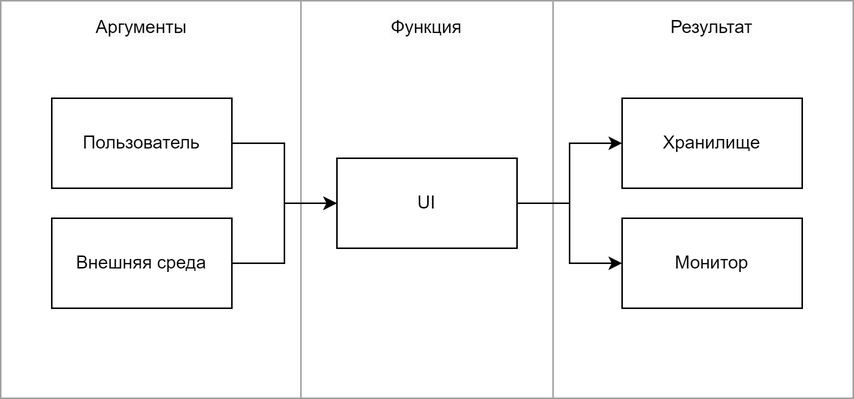
rkhaimov/storyshots keeps this draw.io diagram as website/docs/specification/requirements/assets/test-arch.drawio.png. Above is the earlier version. Source tidied: cells renumbered, new cells last; positions are measured from the earlier drawing's top-left corner, leaving out a move shared by most shapes.
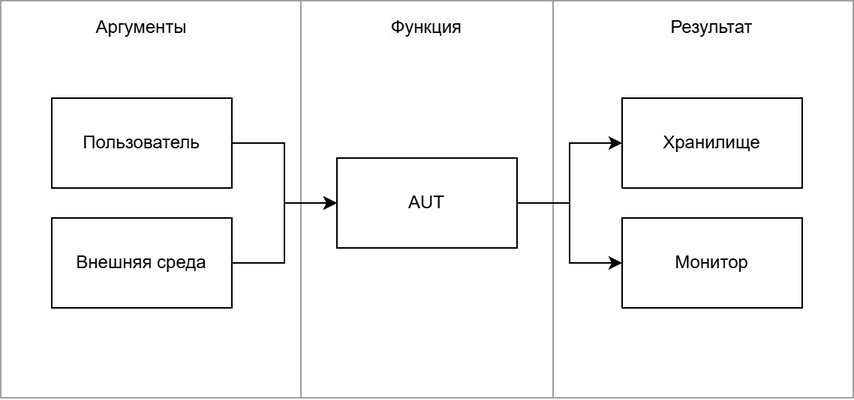
Above is the later version.

The edit, as a diff of the source:
```diff
@@ -14,7 +14,7 @@
     <mxCell id="5" style="edgeStyle=orthogonalEdgeStyle;rounded=0;jettySize=auto;html=1;entryX=0;entryY=0.5;entryDx=0;entryDy=0;" parent="1" edge="1" source="6" target="10">
       <mxGeometry relative="1" as="geometry" />
     </mxCell>
-    <mxCell id="6" value="UI" style="rounded=0;whiteSpace=wrap;html=1;" parent="1" vertex="1">
+    <mxCell id="6" value="AUT" style="rounded=0;whiteSpace=wrap;html=1;" parent="1" vertex="1">
       <mxGeometry x="224" y="105" width="120" height="60" as="geometry" />
     </mxCell>
     <mxCell id="7" style="edgeStyle=orthogonalEdgeStyle;rounded=0;jettySize=auto;html=1;" parent="1" edge="1" source="8" target="6">
```
